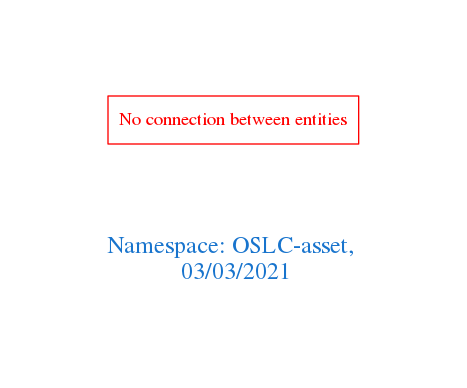
Earlier version of the Graphviz export downloads/OSLC-asset.png (arago/OGIT). Its source is kept beside it as downloads/OSLC-asset.dot.
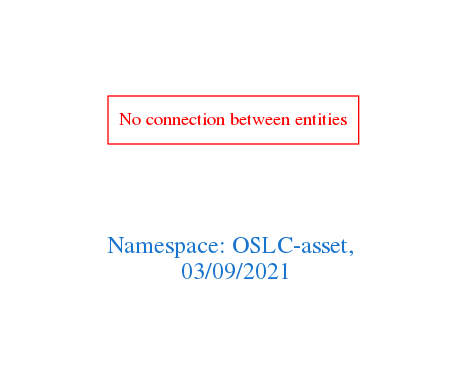
After the change.

Change to the diagram source:
```diff
@@ -1,7 +1,7 @@
 digraph OGIT_ontology {
  graph [ rankdir= LR,pad=1
 fontsize = 18,
-fontcolor= dodgerblue3,label = "\n\n\nNamespace: OSLC-asset, \n 03/03/2021"];
+fontcolor= dodgerblue3,label = "\n\n\nNamespace: OSLC-asset, \n 03/09/2021"];
 node[shape=polygon];
 edge [  color="gray81"];
 
```
